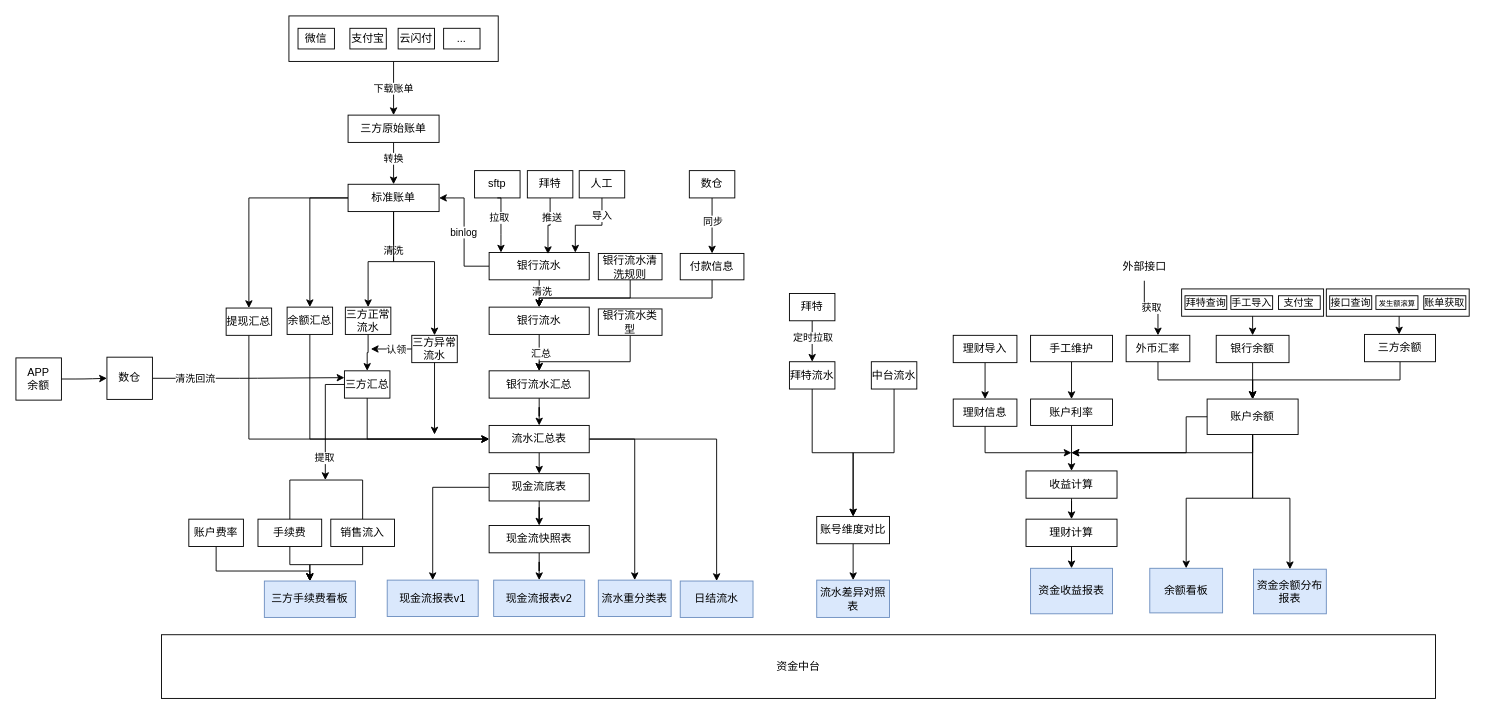
This is page "银行总体概况" (2 of 8) of 流程图/work_bankFlow.drawio from 491705331/personal-notes, a draw.io file, before an edit. Source tidied: cells renumbered, new cells numbered last; positions are measured from the earlier drawing's top-left corner, leaving out a move shared by most shapes. Both pictures are drawn from the tidied source at 91%, with x=0, y=0 at pixel (15, 15).
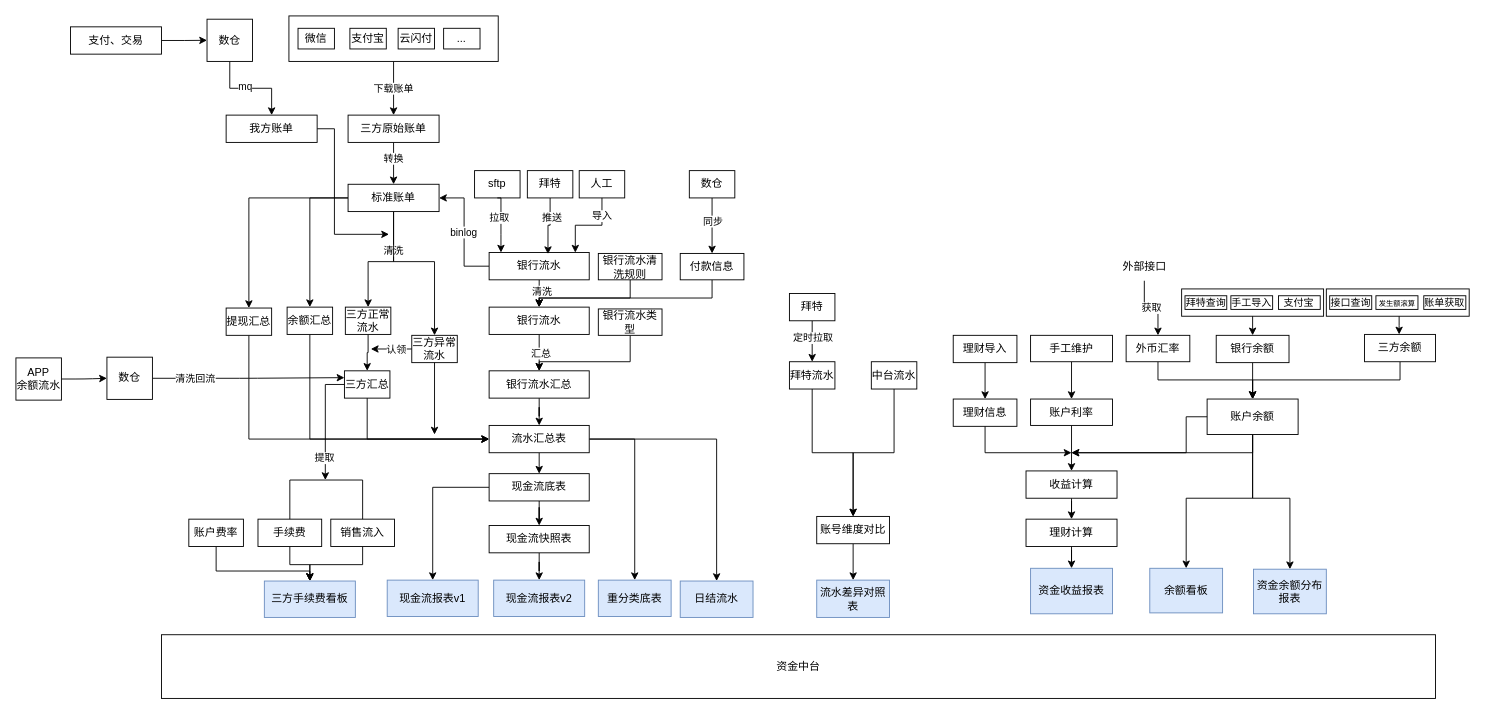
The same diagram, later.

What changed in the source:
```diff
@@
-    <mxCell id="80" value="流水重分类表" style="rounded=0;whiteSpace=wrap;html=1;fillColor=#dae8fc;strokeColor=#6c8ebf;" parent="1" vertex="1">
+    <mxCell id="80" value="重分类底表" style="rounded=0;whiteSpace=wrap;html=1;fillColor=#dae8fc;strokeColor=#6c8ebf;" parent="1" vertex="1">
       <mxGeometry x="640" y="620" width="80" height="40" as="geometry" />
     </mxCell>
@@
-    <mxCell id="132" value="APP&lt;div&gt;余额&lt;/div&gt;" style="rounded=0;whiteSpace=wrap;html=1;" parent="1" vertex="1">
+    <mxCell id="132" value="APP&lt;div&gt;余额流水&lt;/div&gt;" style="rounded=0;whiteSpace=wrap;html=1;" parent="1" vertex="1">
       <mxGeometry y="375.8" width="50" height="46.4" as="geometry" />
     </mxCell>
@@
+    <mxCell id="136" style="edgeStyle=orthogonalEdgeStyle;jettySize=auto;html=1;rounded=0;curved=0;" parent="1" edge="1" source="137">
+      <mxGeometry relative="1" as="geometry">
+        <mxPoint x="410" y="240" as="targetPoint" />
+        <Array as="points">
+          <mxPoint x="350" y="124" />
+          <mxPoint x="350" y="240" />
+        </Array>
+      </mxGeometry>
+    </mxCell>
+    <mxCell id="137" value="我方账单" style="rounded=0;whiteSpace=wrap;html=1;" parent="1" vertex="1">
+      <mxGeometry x="231" y="109" width="100" height="30" as="geometry" />
+    </mxCell>
+    <mxCell id="138" style="edgeStyle=orthogonalEdgeStyle;jettySize=auto;html=1;rounded=0;curved=0;" parent="1" edge="1" source="139" target="142">
+      <mxGeometry relative="1" as="geometry" />
+    </mxCell>
+    <mxCell id="139" value="支付、交易" style="rounded=0;whiteSpace=wrap;html=1;" parent="1" vertex="1">
+      <mxGeometry x="60" y="12" width="100" height="30" as="geometry" />
+    </mxCell>
+    <mxCell id="140" style="edgeStyle=orthogonalEdgeStyle;jettySize=auto;html=1;rounded=0;curved=0;" parent="1" edge="1" source="142" target="137">
+      <mxGeometry relative="1" as="geometry" />
+    </mxCell>
+    <mxCell id="141" value="mq" style="edgeLabel;html=1;align=center;verticalAlign=middle;" parent="140" vertex="1">
+      <mxGeometry x="-0.13" y="2" relative="1" as="geometry" />
+    </mxCell>
+    <mxCell id="142" value="数仓" style="rounded=0;whiteSpace=wrap;html=1;" parent="1" vertex="1">
+      <mxGeometry x="210" y="3.6" width="50" height="46.4" as="geometry" />
+    </mxCell>
```
